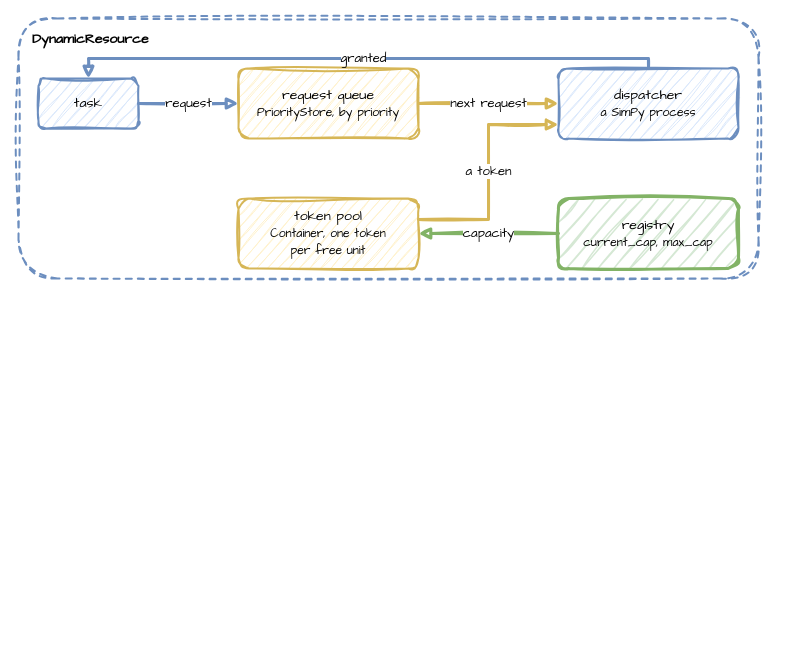
jaehyeon-kim/desflow keeps this draw.io diagram as docs/assets/diagrams/resource-dispatch.drawio. Above is the earlier version. Source tidied: cells renumbered, new cells numbered last; positions are measured from the earlier drawing's top-left corner, leaving out a move shared by most shapes. Both pictures are drawn from the tidied source at 100%, with x=0, y=0 at pixel (18, 18).
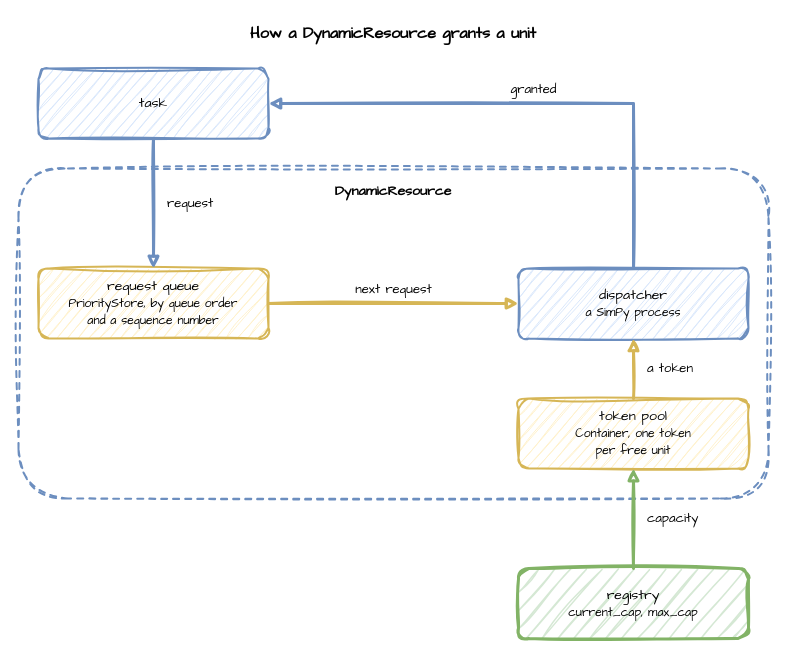
The same diagram, later.

Change to the diagram source:
```diff
@@
 <mxGraphModel>
   <root>
     <mxCell id="0" />
     <mxCell id="1" parent="0" />
+    <mxCell id="13" value="How a DynamicResource grants a unit" style="text;html=1;align=center;verticalAlign=middle;whiteSpace=wrap;fontFamily=Comic Sans MS;fontSize=16;fontStyle=1;" parent="1" vertex="1">
+      <mxGeometry width="750" height="30" as="geometry" />
+    </mxCell>
-    <mxCell id="2" value="DynamicResource" style="rounded=1;whiteSpace=wrap;html=1;sketch=1;curveFitting=1;jiggle=2;fontFamily=Comic Sans MS;fontSize=14;fillColor=none;strokeColor=#6c8ebf;strokeWidth=2;dashed=1;verticalAlign=top;align=left;spacingLeft=12;spacingTop=6;fontStyle=1;" parent="1" vertex="1">
-      <mxGeometry width="740" height="260" as="geometry" />
+    <mxCell id="2" value="DynamicResource" style="rounded=1;whiteSpace=wrap;html=1;sketch=1;curveFitting=1;jiggle=2;fontFamily=Comic Sans MS;fontSize=14;fillColor=none;strokeColor=#6c8ebf;strokeWidth=2;dashed=1;verticalAlign=top;align=center;spacingTop=8;fontStyle=1;" parent="1" vertex="1">
+      <mxGeometry y="150" width="750" height="330" as="geometry" />
     </mxCell>
     <mxCell id="3" value="task" style="rounded=1;whiteSpace=wrap;html=1;sketch=1;curveFitting=1;jiggle=2;fontFamily=Comic Sans MS;fontSize=14;fillColor=#dae8fc;strokeColor=#6c8ebf;strokeWidth=2;" parent="1" vertex="1">
-      <mxGeometry x="20" y="60" width="100" height="50" as="geometry" />
+      <mxGeometry x="20" y="50" width="230" height="70" as="geometry" />
     </mxCell>
-    <mxCell id="4" value="request queue&lt;br&gt;&lt;font style='font-size:12px'&gt;PriorityStore, by priority&lt;/font&gt;" style="rounded=1;whiteSpace=wrap;html=1;sketch=1;curveFitting=1;jiggle=2;fontFamily=Comic Sans MS;fontSize=14;fillColor=#fff2cc;strokeColor=#d6b656;strokeWidth=2;" parent="1" vertex="1">
-      <mxGeometry x="220" y="50" width="180" height="70" as="geometry" />
+    <mxCell id="4" value="request queue&lt;br&gt;&lt;font style='font-size:12px'&gt;PriorityStore, by queue order&lt;br&gt;and a sequence number&lt;/font&gt;" style="rounded=1;whiteSpace=wrap;html=1;sketch=1;curveFitting=1;jiggle=2;fontFamily=Comic Sans MS;fontSize=14;fillColor=#fff2cc;strokeColor=#d6b656;strokeWidth=2;" parent="1" vertex="1">
+      <mxGeometry x="20" y="250" width="230" height="70" as="geometry" />
     </mxCell>
     <mxCell id="5" value="dispatcher&lt;br&gt;&lt;font style='font-size:12px'&gt;a SimPy process&lt;/font&gt;" style="rounded=1;whiteSpace=wrap;html=1;sketch=1;curveFitting=1;jiggle=2;fontFamily=Comic Sans MS;fontSize=14;fillColor=#dae8fc;strokeColor=#6c8ebf;strokeWidth=2;" parent="1" vertex="1">
-      <mxGeometry x="540" y="50" width="180" height="70" as="geometry" />
+      <mxGeometry x="500" y="250" width="230" height="70" as="geometry" />
     </mxCell>
     <mxCell id="6" value="token pool&lt;br&gt;&lt;font style='font-size:12px'&gt;Container, one token&lt;br&gt;per free unit&lt;/font&gt;" style="rounded=1;whiteSpace=wrap;html=1;sketch=1;curveFitting=1;jiggle=2;fontFamily=Comic Sans MS;fontSize=14;fillColor=#fff2cc;strokeColor=#d6b656;strokeWidth=2;" parent="1" vertex="1">
-      <mxGeometry x="220" y="180" width="180" height="70" as="geometry" />
+      <mxGeometry x="500" y="380" width="230" height="70" as="geometry" />
     </mxCell>
     <mxCell id="7" value="registry&lt;br&gt;&lt;font style='font-size:12px'&gt;current_cap, max_cap&lt;/font&gt;" style="rounded=1;whiteSpace=wrap;html=1;sketch=1;curveFitting=1;jiggle=2;fontFamily=Comic Sans MS;fontSize=14;fillColor=#d5e8d4;strokeColor=#82b366;strokeWidth=3;" parent="1" vertex="1">
-      <mxGeometry x="540" y="180" width="180" height="70" as="geometry" />
+      <mxGeometry x="500" y="550" width="230" height="70" as="geometry" />
     </mxCell>
-    <mxCell id="8" value="request" style="edgeStyle=orthogonalEdgeStyle;rounded=0;sketch=1;html=1;strokeWidth=3;endArrow=block;strokeColor=#6c8ebf;fontFamily=Comic Sans MS;fontSize=13;labelBackgroundColor=#ffffff;exitX=1;exitY=0.5;exitDx=0;exitDy=0;entryX=0;entryY=0.5;entryDx=0;entryDy=0;" parent="1" edge="1" source="3" target="4">
-      <mxGeometry relative="1" as="geometry" />
+    <mxCell id="8" value="request" style="align=left;edgeStyle=orthogonalEdgeStyle;rounded=0;sketch=1;html=1;strokeWidth=3;endArrow=block;strokeColor=#6c8ebf;fontFamily=Comic Sans MS;fontSize=13;labelBackgroundColor=#ffffff;exitX=0.5;exitY=1;exitDx=0;exitDy=0;entryX=0.5;entryY=0;entryDx=0;entryDy=0;" parent="1" edge="1" source="3" target="4">
+      <mxGeometry relative="1" as="geometry">
+        <mxPoint x="12" as="offset" />
+      </mxGeometry>
     </mxCell>
     <mxCell id="9" value="next request" style="edgeStyle=orthogonalEdgeStyle;rounded=0;sketch=1;html=1;strokeWidth=3;endArrow=block;strokeColor=#d6b656;fontFamily=Comic Sans MS;fontSize=13;labelBackgroundColor=#ffffff;exitX=1;exitY=0.5;exitDx=0;exitDy=0;entryX=0;entryY=0.5;entryDx=0;entryDy=0;" parent="1" edge="1" source="4" target="5">
-      <mxGeometry relative="1" as="geometry" />
+      <mxGeometry relative="1" as="geometry">
+        <mxPoint y="-14" as="offset" />
+      </mxGeometry>
     </mxCell>
-    <mxCell id="10" value="a token" style="edgeStyle=orthogonalEdgeStyle;rounded=0;sketch=1;html=1;strokeWidth=3;endArrow=block;strokeColor=#d6b656;fontFamily=Comic Sans MS;fontSize=13;labelBackgroundColor=#ffffff;exitX=1;exitY=0.3;exitDx=0;exitDy=0;entryX=0;entryY=0.8;entryDx=0;entryDy=0;" parent="1" edge="1" source="6" target="5">
-      <mxGeometry relative="1" as="geometry" />
+    <mxCell id="10" value="a token" style="align=left;edgeStyle=orthogonalEdgeStyle;rounded=0;sketch=1;html=1;strokeWidth=3;endArrow=block;strokeColor=#d6b656;fontFamily=Comic Sans MS;fontSize=13;labelBackgroundColor=#ffffff;exitX=0.5;exitY=0;exitDx=0;exitDy=0;entryX=0.5;entryY=1;entryDx=0;entryDy=0;" parent="1" edge="1" source="6" target="5">
+      <mxGeometry relative="1" as="geometry">
+        <mxPoint x="12" as="offset" />
+      </mxGeometry>
     </mxCell>
-    <mxCell id="11" value="granted" style="edgeStyle=orthogonalEdgeStyle;rounded=0;sketch=1;html=1;strokeWidth=3;endArrow=block;strokeColor=#6c8ebf;fontFamily=Comic Sans MS;fontSize=13;labelBackgroundColor=#ffffff;exitX=0.5;exitY=0;exitDx=0;exitDy=0;entryX=0.5;entryY=0;entryDx=0;entryDy=0;" parent="1" edge="1" source="5" target="3">
-      <mxGeometry relative="1" as="geometry" />
+    <mxCell id="11" value="granted" style="edgeStyle=orthogonalEdgeStyle;rounded=0;sketch=1;html=1;strokeWidth=3;endArrow=block;strokeColor=#6c8ebf;fontFamily=Comic Sans MS;fontSize=13;labelBackgroundColor=#ffffff;exitX=0.5;exitY=0;exitDx=0;exitDy=0;entryX=1;entryY=0.5;entryDx=0;entryDy=0;" parent="1" edge="1" source="5" target="3">
+      <mxGeometry relative="1" as="geometry">
+        <mxPoint y="-14" as="offset" />
+      </mxGeometry>
     </mxCell>
-    <mxCell id="12" value="capacity" style="edgeStyle=orthogonalEdgeStyle;rounded=0;sketch=1;html=1;strokeWidth=3;endArrow=block;strokeColor=#82b366;fontFamily=Comic Sans MS;fontSize=13;labelBackgroundColor=#ffffff;exitX=0;exitY=0.5;exitDx=0;exitDy=0;entryX=1;entryY=0.5;entryDx=0;entryDy=0;" parent="1" edge="1" source="7" target="6">
-      <mxGeometry relative="1" as="geometry" />
+    <mxCell id="12" value="capacity" style="align=left;edgeStyle=orthogonalEdgeStyle;rounded=0;sketch=1;html=1;strokeWidth=3;endArrow=block;strokeColor=#82b366;fontFamily=Comic Sans MS;fontSize=13;labelBackgroundColor=#ffffff;exitX=0.5;exitY=0;exitDx=0;exitDy=0;entryX=0.5;entryY=1;entryDx=0;entryDy=0;" parent="1" edge="1" source="7" target="6">
+      <mxGeometry relative="1" as="geometry">
+        <mxPoint x="12" as="offset" />
+      </mxGeometry>
     </mxCell>
   </root>
 </mxGraphModel>
```
